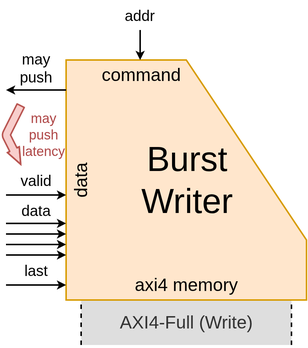
Before: img/burst_writer.png, a diagram exported from draw.io (pc2/sus-xrt). Source tidied: cells renumbered, new cells last; positions are measured from the earlier drawing's top-left corner, leaving out a move shared by most shapes.
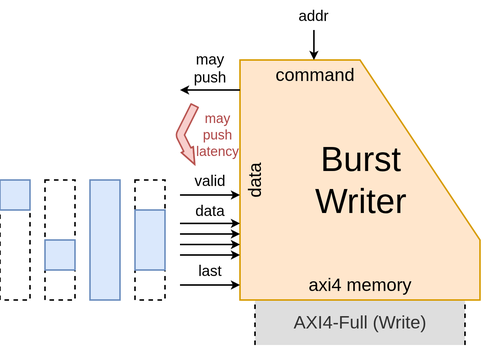
The same diagram one commit later.

Change to the diagram source:
```diff
@@ -96,5 +96,29 @@
     <mxCell id="23" value="may&lt;div&gt;push&lt;/div&gt;&lt;div&gt;latency&lt;/div&gt;" style="text;html=1;whiteSpace=wrap;strokeColor=none;fillColor=none;align=center;verticalAlign=middle;rounded=0;fontSize=9;fontColor=#AF4747;" parent="1" vertex="1">
       <mxGeometry x="10" y="70" width="30" height="40" as="geometry" />
     </mxCell>
+    <mxCell id="24" style="rounded=0;whiteSpace=wrap;html=1;dashed=1;" parent="1" vertex="1">
+      <mxGeometry x="-120" y="120" width="20" height="80" as="geometry" />
+    </mxCell>
+    <mxCell id="25" style="rounded=0;whiteSpace=wrap;html=1;fillColor=#dae8fc;strokeColor=#6c8ebf;" parent="1" vertex="1">
+      <mxGeometry x="-120" y="120" width="20" height="20" as="geometry" />
+    </mxCell>
+    <mxCell id="26" style="rounded=0;whiteSpace=wrap;html=1;dashed=1;" parent="1" vertex="1">
+      <mxGeometry x="-90" y="120" width="20" height="80" as="geometry" />
+    </mxCell>
+    <mxCell id="27" style="rounded=0;whiteSpace=wrap;html=1;fillColor=#dae8fc;strokeColor=#6c8ebf;" parent="1" vertex="1">
+      <mxGeometry x="-90" y="160" width="20" height="20" as="geometry" />
+    </mxCell>
+    <mxCell id="28" style="rounded=0;whiteSpace=wrap;html=1;dashed=1;" parent="1" vertex="1">
+      <mxGeometry x="-60" y="120" width="20" height="80" as="geometry" />
+    </mxCell>
+    <mxCell id="29" style="rounded=0;whiteSpace=wrap;html=1;fillColor=#dae8fc;strokeColor=#6c8ebf;" parent="1" vertex="1">
+      <mxGeometry x="-60" y="120" width="20" height="80" as="geometry" />
+    </mxCell>
+    <mxCell id="30" style="rounded=0;whiteSpace=wrap;html=1;dashed=1;" parent="1" vertex="1">
+      <mxGeometry x="-30" y="120" width="20" height="80" as="geometry" />
+    </mxCell>
+    <mxCell id="31" style="rounded=0;whiteSpace=wrap;html=1;fillColor=#dae8fc;strokeColor=#6c8ebf;" parent="1" vertex="1">
+      <mxGeometry x="-30" y="140" width="20" height="40" as="geometry" />
+    </mxCell>
   </root>
 </mxGraphModel>
```
